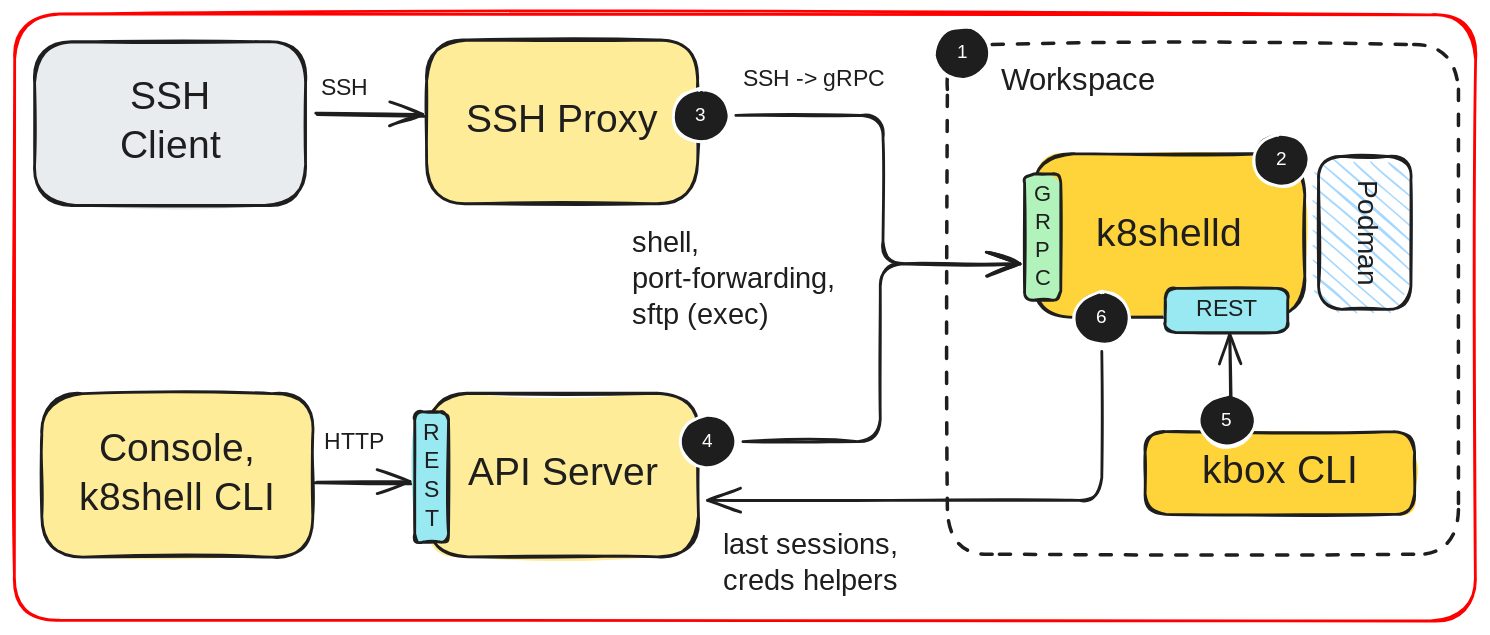
Before: drawings/workspace-architecture.excalidraw.svg, a diagram exported from Excalidraw (k8shell-io/docs). Source tidied: one line per element, renumbered; positions are measured from the earlier drawing's top-left corner, leaving out a move shared by most shapes.
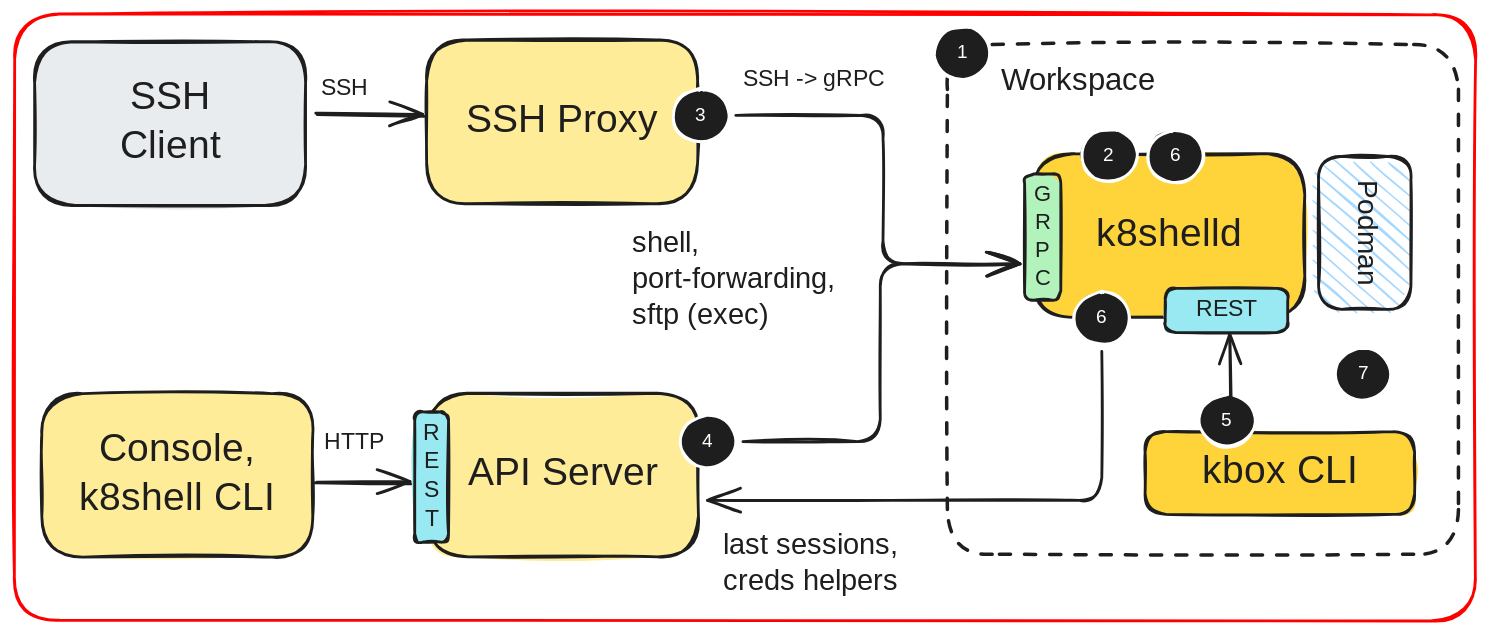
The same diagram one commit later.

What changed in the source:
```diff
@@ -21,8 +21,8 @@
 {"id": 20, "type": "text", "text": "REST", "strokeColor": "#1e1e1e", "strokeWidth": 2, "roughness": 1, "fontSize": 16.53, "fontFamily": 5, "textAlign": "center", "verticalAlign": "middle", "inside": 19, "x": 842, "y": 201, "width": 48, "height": 21}
 {"id": 21, "type": "ellipse", "strokeColor": "#ffffff", "backgroundColor": "#1e1e1e", "fillStyle": "solid", "strokeWidth": 2, "roughness": 1, "round": true, "x": 657, "y": 9, "width": 40, "height": 38}
 {"id": 22, "type": "text", "text": "1", "strokeColor": "#ffffff", "backgroundColor": "#1e1e1e", "fillStyle": "solid", "strokeWidth": 2, "roughness": 1, "fontSize": 13.5, "fontFamily": 5, "textAlign": "center", "verticalAlign": "middle", "inside": 21, "x": 674, "y": 19, "width": 6, "height": 17}
-{"id": 23, "type": "ellipse", "strokeColor": "#ffffff", "backgroundColor": "#1e1e1e", "fillStyle": "solid", "strokeWidth": 2, "roughness": 1, "round": true, "x": 885, "y": 85, "width": 40, "height": 38}
+{"id": 23, "type": "ellipse", "strokeColor": "#ffffff", "backgroundColor": "#1e1e1e", "fillStyle": "solid", "strokeWidth": 2, "roughness": 1, "round": true, "x": 810, "y": 83, "width": 40, "height": 38}
-{"id": 24, "type": "text", "text": "2", "strokeColor": "#ffffff", "backgroundColor": "#1e1e1e", "fillStyle": "solid", "strokeWidth": 2, "roughness": 1, "fontSize": 13.5, "fontFamily": 5, "textAlign": "center", "verticalAlign": "middle", "inside": 23, "x": 900, "y": 96, "width": 9, "height": 17}
+{"id": 24, "type": "text", "text": "6", "strokeColor": "#ffffff", "backgroundColor": "#1e1e1e", "fillStyle": "solid", "strokeWidth": 2, "roughness": 1, "fontSize": 13.5, "fontFamily": 5, "textAlign": "center", "verticalAlign": "middle", "inside": 23, "x": 825, "y": 93, "width": 9, "height": 17}
 {"id": 25, "type": "ellipse", "strokeColor": "#ffffff", "backgroundColor": "#1e1e1e", "fillStyle": "solid", "strokeWidth": 2, "roughness": 1, "round": true, "x": 471, "y": 53, "width": 40, "height": 38}
 {"id": 26, "type": "text", "text": "3", "strokeColor": "#ffffff", "backgroundColor": "#1e1e1e", "fillStyle": "solid", "strokeWidth": 2, "roughness": 1, "fontSize": 13.5, "fontFamily": 5, "textAlign": "center", "verticalAlign": "middle", "inside": 25, "x": 486, "y": 64, "width": 8, "height": 17}
 {"id": 27, "type": "ellipse", "strokeColor": "#ffffff", "backgroundColor": "#1e1e1e", "fillStyle": "solid", "strokeWidth": 2, "roughness": 1, "round": true, "x": 476, "y": 287, "width": 40, "height": 38}
@@ -44,3 +44,7 @@
 {"id": 43, "type": "text", "text": "R\nE\nS\nT", "strokeColor": "#1e1e1e", "strokeWidth": 2, "roughness": 1, "fontSize": 16.53, "fontFamily": 5, "textAlign": "center", "verticalAlign": "middle", "inside": 42, "x": 291, "y": 289, "width": 14, "height": 83}
 {"id": 44, "type": "arrow", "strokeColor": "#1e1e1e", "backgroundColor": "#d0bfff", "fillStyle": "solid", "strokeWidth": 2, "roughness": 1, "endArrowhead": "arrow", "from": 31, "to": 10, "x": 777, "y": 241, "width": 282, "height": 106, "points": [[0, 0], [0, 106], [-282, 106]]}
 {"id": 45, "type": "arrow", "strokeColor": "#1e1e1e", "backgroundColor": "#ffec99", "fillStyle": "solid", "strokeWidth": 2, "roughness": 1, "endArrowhead": "arrow", "round": true, "from": 29, "to": 19, "x": 869, "y": 274, "width": 1, "height": 45, "points": [[0, 0], [-1, -45]]}
+{"id": 46, "type": "ellipse", "strokeColor": "#ffffff", "backgroundColor": "#1e1e1e", "fillStyle": "solid", "strokeWidth": 2, "roughness": 1, "round": true, "x": 762, "y": 82, "width": 40, "height": 38}
+{"id": 47, "type": "text", "text": "2", "strokeColor": "#ffffff", "backgroundColor": "#1e1e1e", "fillStyle": "solid", "strokeWidth": 2, "roughness": 1, "fontSize": 13.5, "fontFamily": 5, "textAlign": "center", "verticalAlign": "middle", "inside": 46, "x": 777, "y": 93, "width": 9, "height": 17}
+{"id": 48, "type": "ellipse", "strokeColor": "#ffffff", "backgroundColor": "#1e1e1e", "fillStyle": "solid", "strokeWidth": 2, "roughness": 1, "round": true, "x": 944, "y": 238, "width": 40, "height": 38}
+{"id": 49, "type": "text", "text": "7", "strokeColor": "#ffffff", "backgroundColor": "#1e1e1e", "fillStyle": "solid", "strokeWidth": 2, "roughness": 1, "fontSize": 13.5, "fontFamily": 5, "textAlign": "center", "verticalAlign": "middle", "inside": 48, "x": 960, "y": 249, "width": 8, "height": 17}
```
